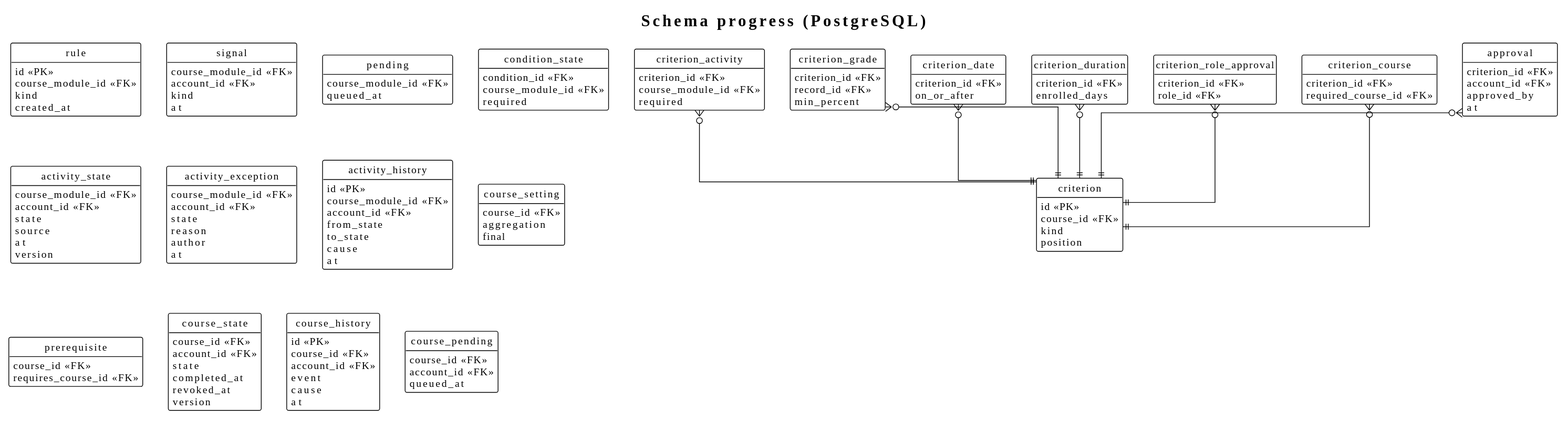
Before: docs/03-design/data-model/progress.svg, a diagram exported from PlantUML (didactika/kampus).
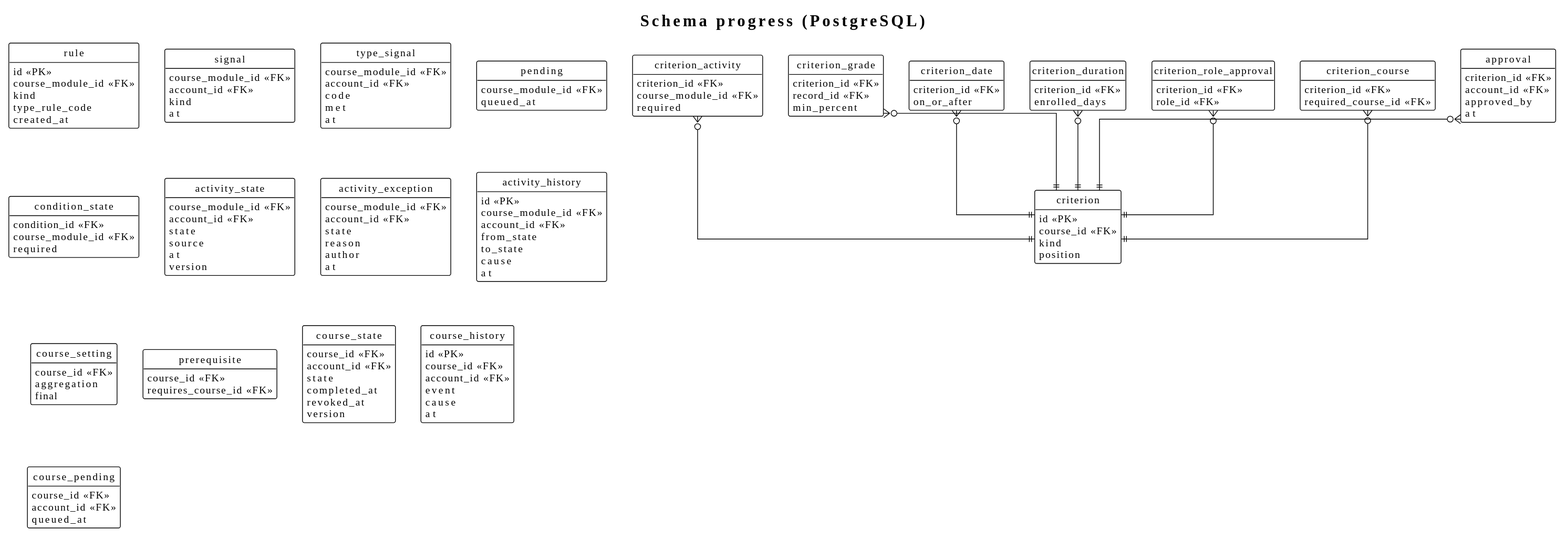
The same diagram one commit later.

The edit, as a diff of the source:
```diff
@@ -9,12 +9,20 @@
   id <<PK>>
   course_module_id <<FK>>
   kind
+  type_rule_code
   created_at
 }
 entity signal {
   course_module_id <<FK>>
   account_id <<FK>>
   kind
+  at
+}
+entity type_signal {
+  course_module_id <<FK>>
+  account_id <<FK>>
+  code
+  met
   at
 }
 entity pending {
```
